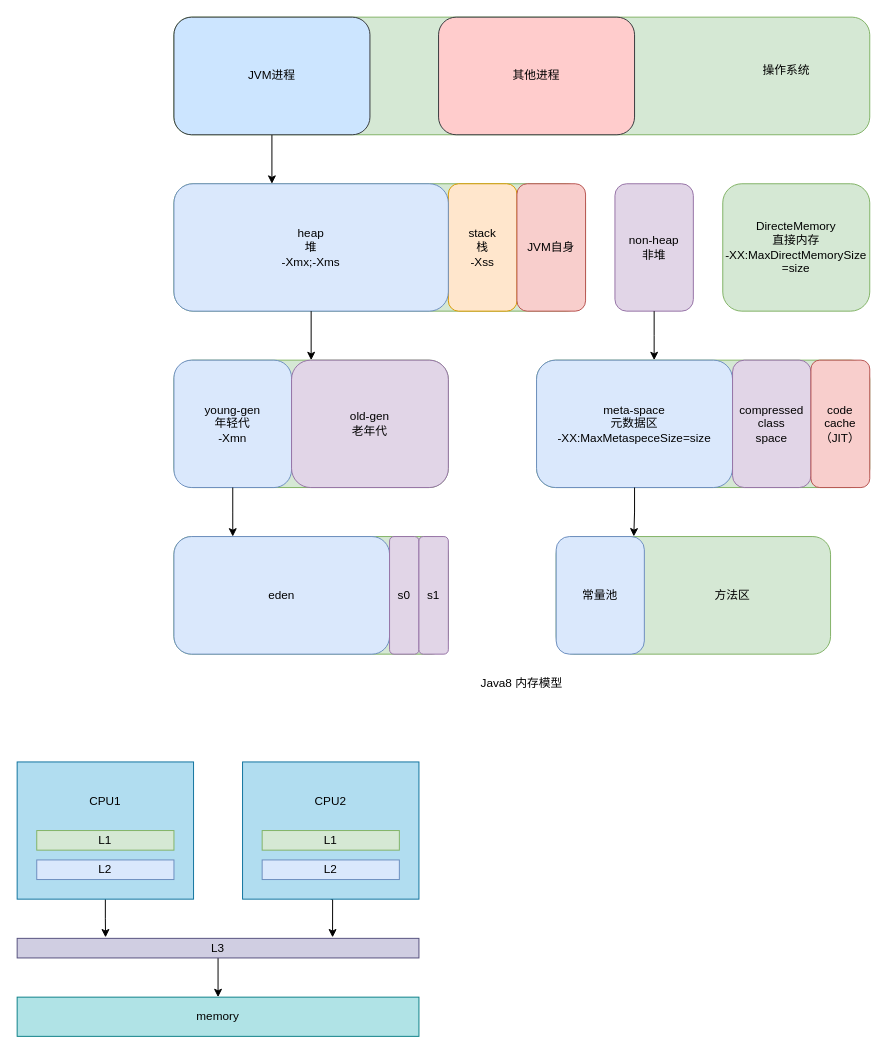
Before: JDK/JVM.drawio in oliverschen/draw.io, a draw.io diagram. Source tidied: cells renumbered, new cells numbered last; positions are measured from the earlier drawing's top-left corner, leaving out a move shared by most shapes. Both pictures are drawn from the tidied source at 98%, with x=0, y=0 at pixel (17, 17).
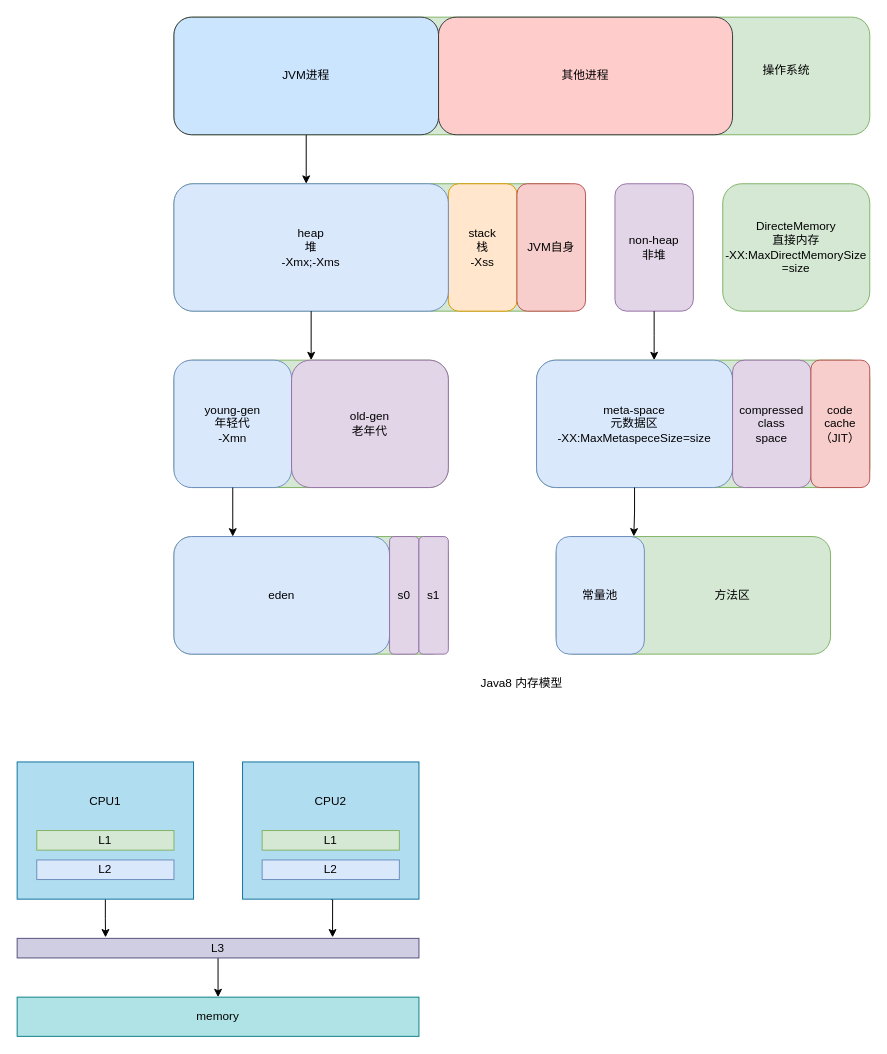
Above is the later version.

The change refers to these unchanged cells:
```xml
<mxCell id="4" style="group;" parent="1" vertex="1">
  <mxGeometry x="160" width="710" height="700" as="geometry" />
</mxCell>
<mxCell id="14" value="heap&lt;br&gt;堆&lt;br&gt;-Xmx;-Xms" style="rounded=1;whiteSpace=wrap;html=1;fillColor=#dae8fc;strokeColor=#6c8ebf;" parent="4" vertex="1">
  <mxGeometry y="170" width="280" height="130" as="geometry" />
</mxCell>
```

Change to the diagram source:
```diff
@@
-    <mxCell id="7" style="edgeStyle=orthogonalEdgeStyle;rounded=0;jettySize=auto;html=1;entryX=0.357;entryY=0;entryDx=0;entryDy=0;entryPerimeter=0;" parent="4" edge="1" source="8" target="14">
+    <mxCell id="7" style="edgeStyle=orthogonalEdgeStyle;rounded=0;jettySize=auto;html=1;entryX=0.482;entryY=0;entryDx=0;entryDy=0;entryPerimeter=0;" parent="4" edge="1" source="8" target="14">
       <mxGeometry relative="1" as="geometry" />
     </mxCell>
     <mxCell id="8" value="JVM进程" style="rounded=1;whiteSpace=wrap;html=1;fillColor=#cce5ff;strokeColor=#36393d;" parent="4" vertex="1">
-      <mxGeometry width="200" height="120" as="geometry" />
+      <mxGeometry width="270" height="120" as="geometry" />
     </mxCell>
     <mxCell id="9" value="其他进程" style="rounded=1;whiteSpace=wrap;html=1;fillColor=#ffcccc;strokeColor=#36393d;" parent="4" vertex="1">
-      <mxGeometry x="270" width="200" height="120" as="geometry" />
+      <mxGeometry x="270" width="300" height="120" as="geometry" />
     </mxCell>
```
